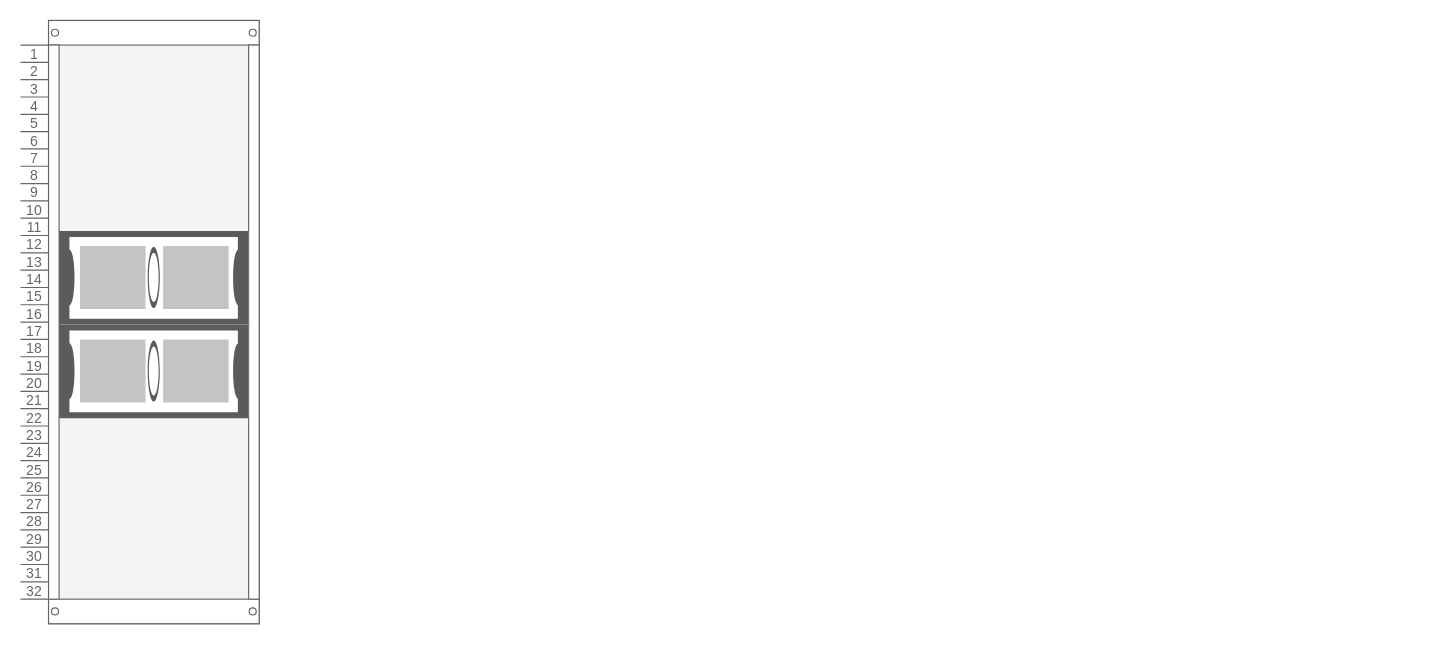
Above: Homelab.drawio in nerdboxx/draw.io (draw.io), before the change. Source tidied: cells renumbered, new cells numbered last; positions are measured from the earlier drawing's top-left corner, leaving out a move shared by most shapes. Both pictures are drawn from the tidied source at 117%, with x=0, y=0 at pixel (20, 20).
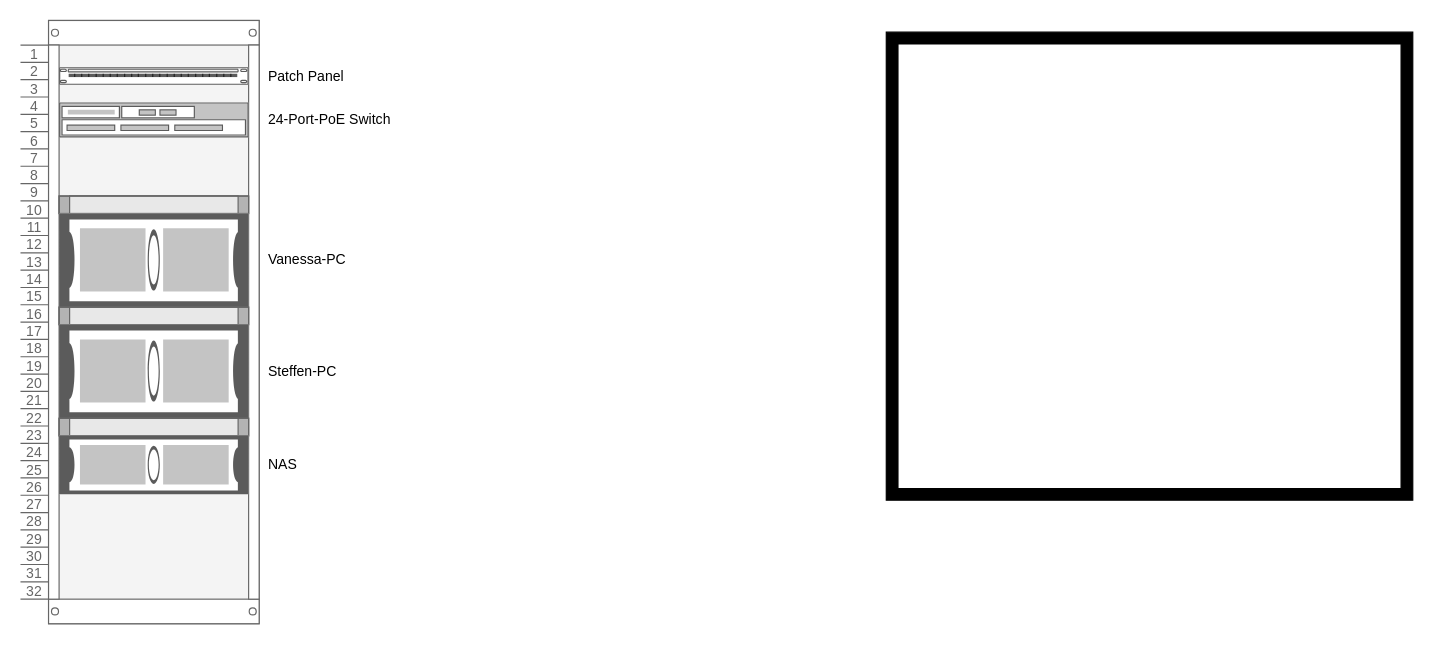
After the change.

Change to the diagram source:
```diff
@@
 <mxGraphModel>
   <root>
     <mxCell id="0" />
     <mxCell id="1" parent="0" />
     <mxCell id="2" style="strokeColor=#666666;html=1;verticalLabelPosition=bottom;labelBackgroundColor=#ffffff;verticalAlign=top;shadow=0;dashed=0;shape=mxgraph.rackGeneral.rackCabinet3;fillColor2=#f4f4f4;allowGaps=1;textColor=#666666;numDisp=ascend;" parent="1" vertex="1">
       <mxGeometry width="204" height="520" as="geometry" />
     </mxCell>
+    <mxCell id="5" value="Patch Panel" style="strokeColor=#666666;html=1;labelPosition=right;align=left;spacingLeft=15;shadow=0;dashed=0;shape=mxgraph.rack.general.cat5e_rack_mount_patch_panel_24_ports;" parent="2" vertex="1">
+      <mxGeometry x="33" y="40" width="162" height="15" as="geometry" />
+    </mxCell>
+    <mxCell id="6" value="24-Port-PoE Switch" style="strokeColor=#666666;html=1;labelPosition=right;align=left;spacingLeft=15;shadow=0;dashed=0;shape=mxgraph.rack.general.switches_1;" parent="2" vertex="1">
+      <mxGeometry x="33" y="70" width="162" height="30" as="geometry" />
+    </mxCell>
+    <mxCell id="7" style="strokeColor=#666666;html=1;labelPosition=right;align=left;spacingLeft=15;shadow=0;dashed=0;shape=mxgraph.rackGeneral.plate;fillColor=#e8e8e8;" parent="2" vertex="1">
+      <mxGeometry x="33" y="150" width="162" height="15" as="geometry" />
+    </mxCell>
-    <mxCell id="3" style="strokeColor=#666666;html=1;labelPosition=right;align=left;spacingLeft=15;shadow=0;dashed=0;shape=mxgraph.rack.general.1u_rack_server;" parent="2" vertex="1">
-      <mxGeometry x="33" y="180" width="162" height="80" as="geometry" />
+    <mxCell id="3" value="Vanessa-PC" style="strokeColor=#666666;html=1;labelPosition=right;align=left;spacingLeft=15;shadow=0;dashed=0;shape=mxgraph.rack.general.1u_rack_server;" parent="2" vertex="1">
+      <mxGeometry x="33" y="165" width="162" height="80" as="geometry" />
     </mxCell>
+    <mxCell id="8" style="strokeColor=#666666;html=1;labelPosition=right;align=left;spacingLeft=15;shadow=0;dashed=0;shape=mxgraph.rackGeneral.plate;fillColor=#e8e8e8;" parent="2" vertex="1">
+      <mxGeometry x="33" y="245" width="162" height="15" as="geometry" />
+    </mxCell>
-    <mxCell id="4" style="strokeColor=#666666;html=1;labelPosition=right;align=left;spacingLeft=15;shadow=0;dashed=0;shape=mxgraph.rack.general.1u_rack_server;" parent="2" vertex="1">
+    <mxCell id="4" value="Steffen-PC" style="strokeColor=#666666;html=1;labelPosition=right;align=left;spacingLeft=15;shadow=0;dashed=0;shape=mxgraph.rack.general.1u_rack_server;" parent="2" vertex="1">
       <mxGeometry x="33" y="260" width="162" height="80" as="geometry" />
     </mxCell>
+    <mxCell id="9" style="strokeColor=#666666;html=1;labelPosition=right;align=left;spacingLeft=15;shadow=0;dashed=0;shape=mxgraph.rackGeneral.plate;fillColor=#e8e8e8;" parent="2" vertex="1">
+      <mxGeometry x="33" y="340" width="162" height="15" as="geometry" />
+    </mxCell>
+    <mxCell id="10" value="NAS" style="strokeColor=#666666;html=1;labelPosition=right;align=left;spacingLeft=15;shadow=0;dashed=0;shape=mxgraph.rack.general.1u_rack_server;" parent="2" vertex="1">
+      <mxGeometry x="33" y="355" width="162" height="50" as="geometry" />
+    </mxCell>
+    <mxCell id="11" style="verticalLabelPosition=bottom;html=1;verticalAlign=top;align=center;shape=mxgraph.floorplan.room;fillColor=strokeColor;" parent="1" vertex="1">
+      <mxGeometry x="740" y="10" width="450" height="400" as="geometry" />
+    </mxCell>
   </root>
 </mxGraphModel>
```
